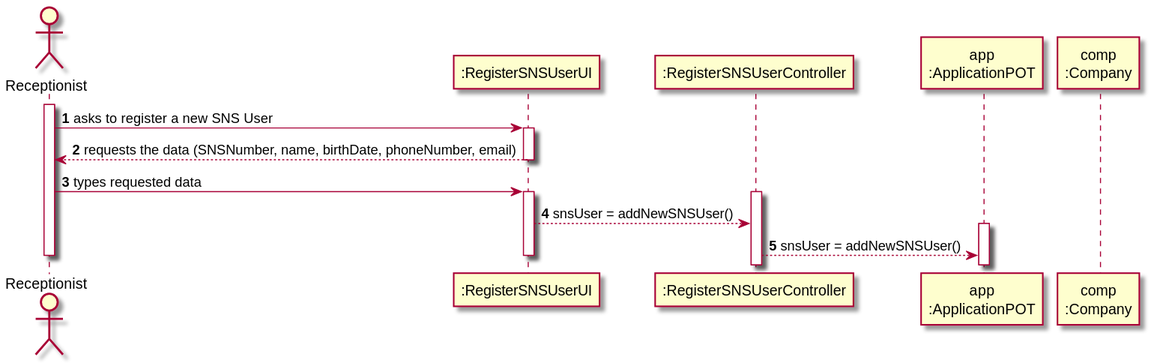
This is docs/SprintB/US03/SD/US03_SD.svg from miseEnPlace-i/lapr2, a PlantUML export, as it was before one commit. Source of this version:
```plantuml
@startuml Sequence Diagram
autonumber
actor "Receptionist" as RECEPT

participant ":RegisterSNSUserUI" as UI
participant ":RegisterSNSUserController" as CTRL
participant "app\n:ApplicationPOT" as APP
participant "comp\n:Company" as COMP

activate RECEPT
RECEPT -> UI : asks to register a new SNS User
activate UI
UI --> RECEPT : requests the data (SNSNumber, name, birthDate, phoneNumber, email)
deactivate UI

RECEPT -> UI : types requested data
activate UI

activate CTRL
UI --> CTRL : snsUser = addNewSNSUser()
activate APP
CTRL --> APP : snsUser = addNewSNSUser()
deactivate UI





deactivate RECEPT

@enduml
```
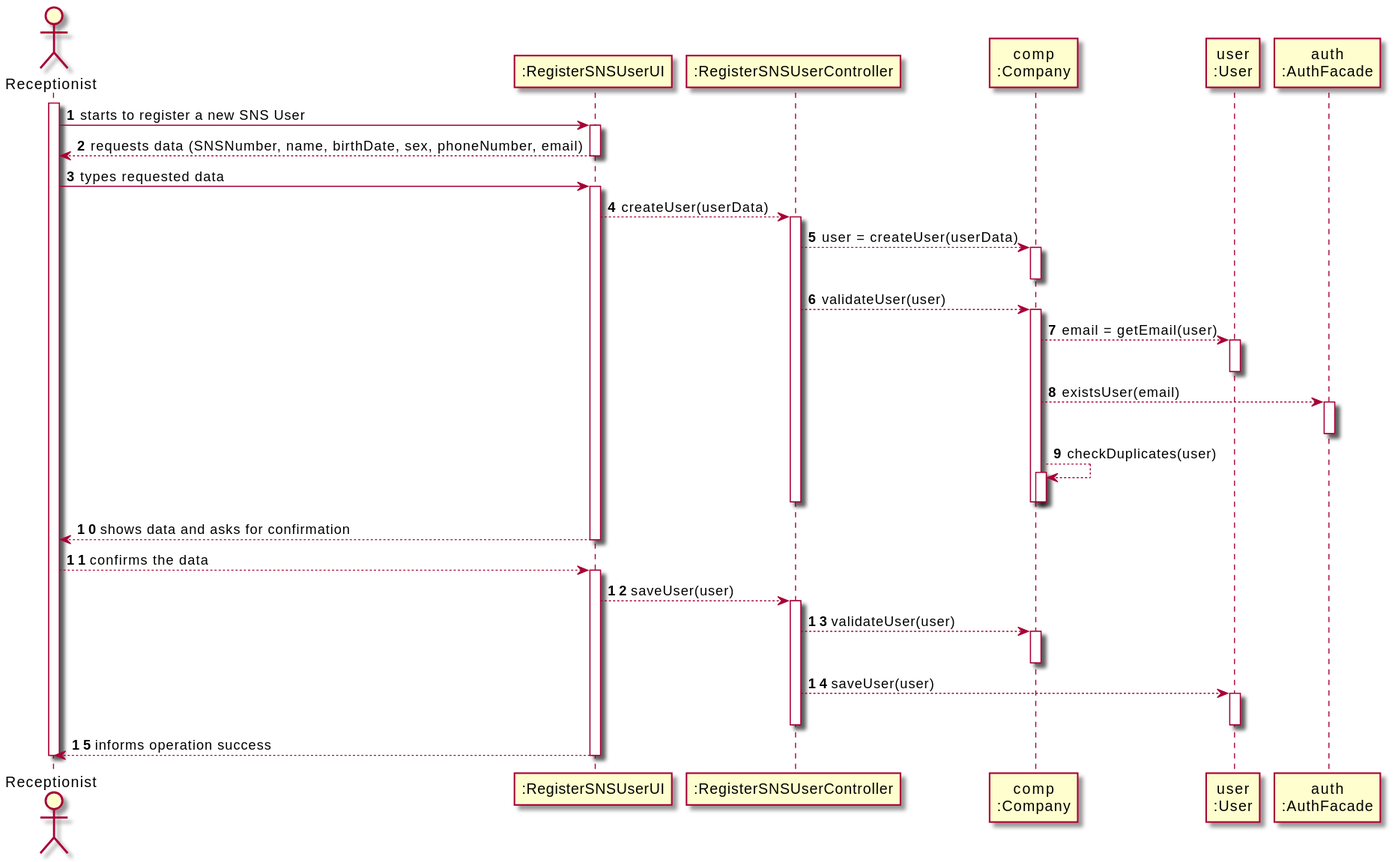
Later version of the same file.

Change to the diagram source:
```diff
@@ -4,27 +4,65 @@
 
 participant ":RegisterSNSUserUI" as UI
 participant ":RegisterSNSUserController" as CTRL
-participant "app\n:ApplicationPOT" as APP
 participant "comp\n:Company" as COMP
+participant "user\n:User" as USER
+participant "auth\n:AuthFacade" as AUTH
 
 activate RECEPT
-RECEPT -> UI : asks to register a new SNS User
+RECEPT -> UI : starts to register a new SNS User
 activate UI
-UI --> RECEPT : requests the data (SNSNumber, name, birthDate, phoneNumber, email)
+UI --> RECEPT : requests data (SNSNumber, name, birthDate, sex, phoneNumber, email)
 deactivate UI
 
 RECEPT -> UI : types requested data
 activate UI
 
+UI --> CTRL : createUser(userData)
 activate CTRL
-UI --> CTRL : snsUser = addNewSNSUser()
-activate APP
-CTRL --> APP : snsUser = addNewSNSUser()
+
+CTRL --> COMP : user = createUser(userData)
+activate COMP
+deactivate COMP
+
+CTRL --> COMP : validateUser(user)
+activate COMP
+
+COMP --> USER : email = getEmail(user)
+activate USER
+deactivate USER
+
+COMP --> AUTH : existsUser(email)
+activate AUTH
+deactivate AUTH
+
+COMP --> COMP : checkDuplicates(user)
+activate COMP
+deactivate COMP
+
+deactivate COMP
+deactivate CTRL
+
+UI --> RECEPT : shows data and asks for confirmation
 deactivate UI
 
+RECEPT --> UI : confirms the data
+activate UI
 
+UI --> CTRL : saveUser(user)
+activate CTRL
 
+CTRL --> COMP : validateUser(user)
+activate COMP
+deactivate COMP
 
+CTRL --> USER : saveUser(user)
+activate USER
+deactivate USER
+
+deactivate CTRL
+
+UI --> RECEPT : informs operation success
+deactivate UI
 
 deactivate RECEPT
 
```
